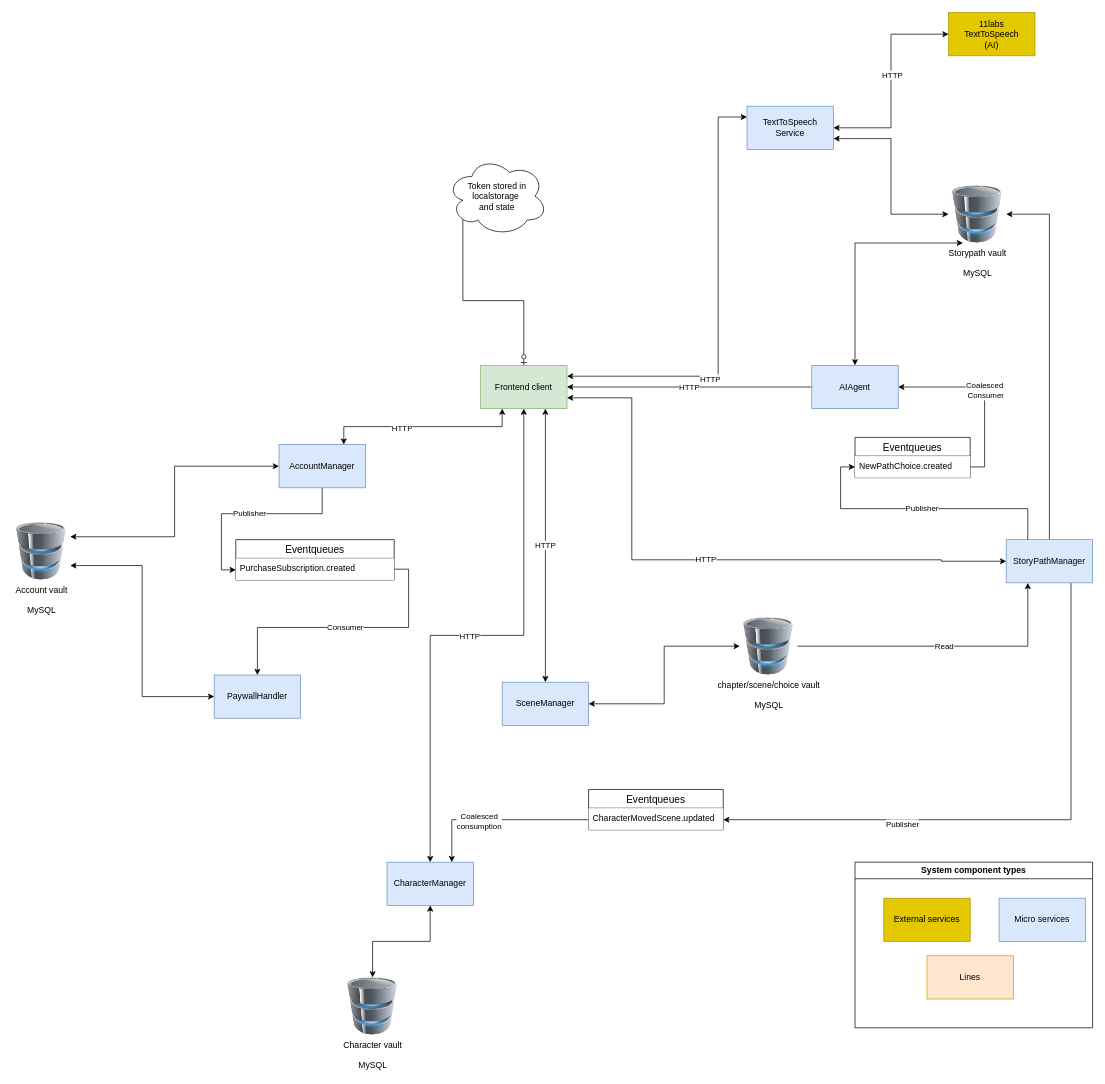
This is architecture diagram - 1st draft.drawio from Grupp2B-Spam/RPG_Choose_Your_Fate_Sem2, a draw.io file, before an edit. Source tidied: cells renumbered, new cells numbered last; positions are measured from the earlier drawing's top-left corner, leaving out a move shared by most shapes. Both pictures are drawn from the tidied source at 72%, with x=0, y=0 at pixel (12, 12).
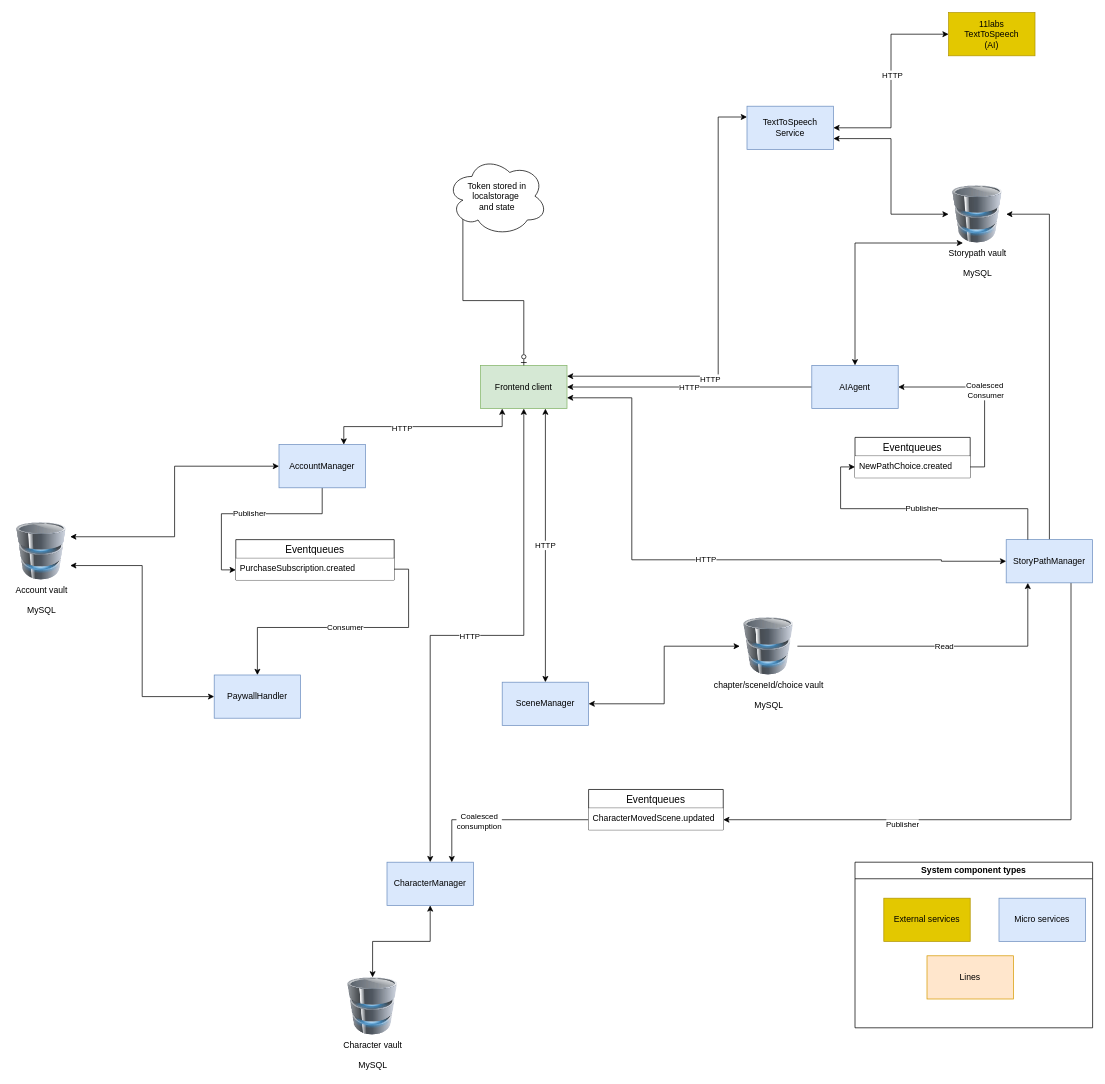
Above is the later version.

Diff of the diagram source:
```diff
@@
-    <mxCell id="42" value="chapter/scene/choice vault&lt;div&gt;&lt;br&gt;&lt;/div&gt;&lt;div&gt;MySQL&lt;/div&gt;" style="image;html=1;image=img/lib/clip_art/computers/Database_128x128.png;" parent="1" vertex="1">
+    <mxCell id="42" value="chapter/sceneId/choice vault&lt;div&gt;&lt;br&gt;&lt;/div&gt;&lt;div&gt;MySQL&lt;/div&gt;" style="image;html=1;image=img/lib/clip_art/computers/Database_128x128.png;" parent="1" vertex="1">
       <mxGeometry x="1010" y="840" width="80" height="80" as="geometry" />
     </mxCell>
```
